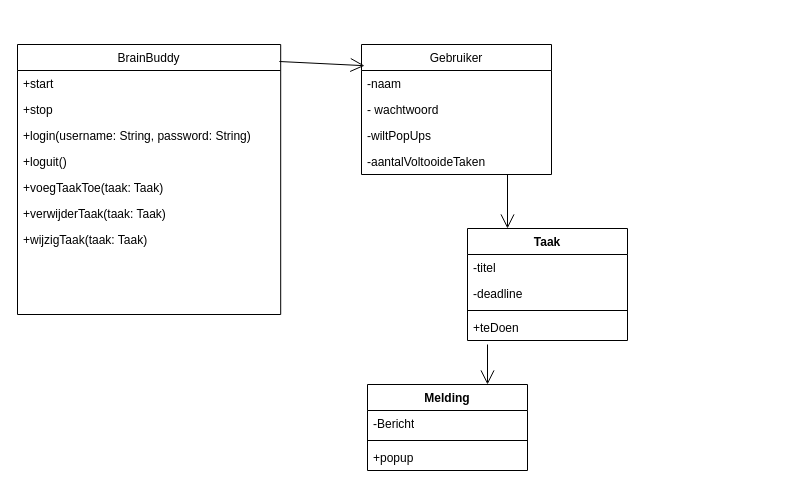
Earlier version of the draw.io diagram OPT3-2023/documentation/Untitled Diagram.drawio (jipiekaye/OPT3-2023). Source tidied: cells renumbered, new cells numbered last; positions are measured from the earlier drawing's top-left corner, leaving out a move shared by most shapes. Both pictures are drawn from the tidied source at 100%, with x=0, y=0 at pixel (17, 44).
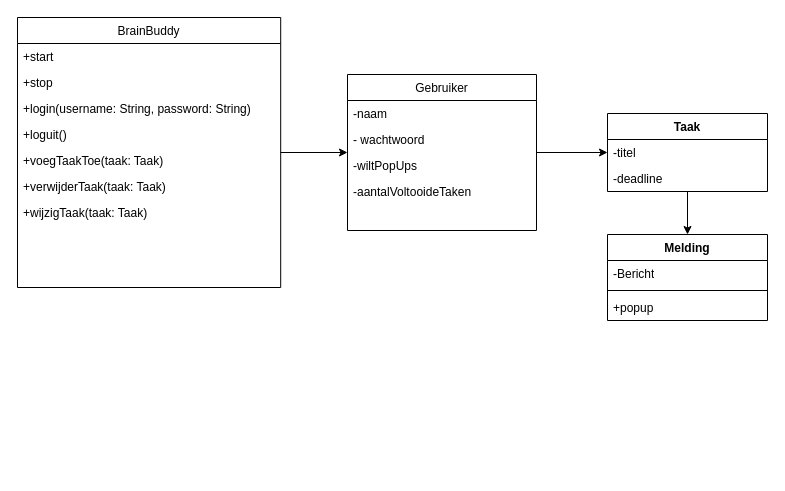
The same page after the edit.

Change to the diagram source:
```diff
@@
     <mxCell id="2" value="Gebruiker" style="swimlane;fontStyle=0;align=center;verticalAlign=top;horizontal=1;startSize=26;rounded=0;shadow=0;strokeWidth=1;" parent="1" vertex="1">
-      <mxGeometry x="344" width="190" height="130" as="geometry" />
+      <mxGeometry x="330" y="30" width="189" height="156" as="geometry" />
     </mxCell>
     <mxCell id="3" value="-naam" style="text;align=left;verticalAlign=top;spacingLeft=4;spacingRight=4;overflow=hidden;" parent="2" vertex="1">
-      <mxGeometry y="26" width="190" height="26" as="geometry" />
+      <mxGeometry y="26" width="189" height="26" as="geometry" />
     </mxCell>
     <mxCell id="4" value="- wachtwoord" style="text;align=left;verticalAlign=top;spacingLeft=4;spacingRight=4;overflow=hidden;rounded=0;shadow=0;html=0;" parent="2" vertex="1">
-      <mxGeometry y="52" width="190" height="26" as="geometry" />
+      <mxGeometry y="52" width="189" height="26" as="geometry" />
     </mxCell>
     <mxCell id="5" value="-wiltPopUps" style="text;align=left;verticalAlign=top;spacingLeft=4;spacingRight=4;overflow=hidden;rounded=0;shadow=0;html=0;" parent="2" vertex="1">
-      <mxGeometry y="78" width="190" height="26" as="geometry" />
+      <mxGeometry y="78" width="189" height="26" as="geometry" />
     </mxCell>
     <mxCell id="6" value="-aantalVoltooideTaken" style="text;align=left;verticalAlign=top;spacingLeft=4;spacingRight=4;overflow=hidden;rounded=0;shadow=0;html=0;" parent="2" vertex="1">
-      <mxGeometry y="104" width="190" height="26" as="geometry" />
+      <mxGeometry y="104" width="189" height="26" as="geometry" />
     </mxCell>
+    <mxCell id="29" style="text;align=left;verticalAlign=top;spacingLeft=4;spacingRight=4;overflow=hidden;rounded=0;shadow=0;html=0;" parent="2" vertex="1">
+      <mxGeometry y="130" width="189" height="26" as="geometry" />
+    </mxCell>
     <mxCell id="7" value="Taak" style="swimlane;fontStyle=1;align=center;verticalAlign=top;horizontal=1;startSize=26;whiteSpace=wrap;html=1;" parent="1" vertex="1">
-      <mxGeometry x="450" y="184" width="160" height="112" as="geometry" />
+      <mxGeometry x="590" y="69" width="160" height="78" as="geometry" />
     </mxCell>
@@
-    <mxCell id="10" style="line;strokeWidth=1;fillColor=none;align=left;verticalAlign=middle;spacingTop=-1;spacingLeft=3;spacingRight=3;labelPosition=right;strokeColor=inherit;" parent="7" vertex="1">
-      <mxGeometry y="78" width="160" height="8" as="geometry" />
-    </mxCell>
-    <mxCell id="11" value="+teDoen" style="text;strokeColor=none;fillColor=none;align=left;verticalAlign=top;spacingLeft=4;spacingRight=4;overflow=hidden;whiteSpace=wrap;html=1;" parent="7" vertex="1">
-      <mxGeometry y="86" width="160" height="26" as="geometry" />
-    </mxCell>
     <mxCell id="12" value="Melding" style="swimlane;fontStyle=1;align=center;verticalAlign=top;horizontal=1;startSize=26;whiteSpace=wrap;html=1;" parent="1" vertex="1">
-      <mxGeometry x="350" y="340" width="160" height="86" as="geometry" />
+      <mxGeometry x="590" y="190" width="160" height="86" as="geometry" />
     </mxCell>
@@
     <mxCell id="16" value="BrainBuddy" style="swimlane;fontStyle=0;align=center;verticalAlign=top;horizontal=1;startSize=26;rounded=0;shadow=0;strokeWidth=1;" parent="1" vertex="1">
-      <mxGeometry width="263.2" height="270" as="geometry" />
+      <mxGeometry y="-27" width="263.2" height="270" as="geometry" />
     </mxCell>
@@
-    <mxCell id="26" style="endArrow=open;endFill=1;endSize=12;html=1;rounded=0;entryX=0.75;entryY=0;entryDx=0;entryDy=0;" parent="1" edge="1" target="12">
-      <mxGeometry relative="1" as="geometry">
-        <mxPoint x="470" y="300" as="sourcePoint" />
-      </mxGeometry>
-    </mxCell>
-    <mxCell id="27" style="endArrow=open;endFill=1;endSize=12;html=1;rounded=0;entryX=0.25;entryY=0;entryDx=0;entryDy=0;" parent="1" edge="1" target="7">
-      <mxGeometry relative="1" as="geometry">
-        <mxPoint x="490" y="130" as="sourcePoint" />
-      </mxGeometry>
-    </mxCell>
-    <mxCell id="28" style="endArrow=open;endFill=1;endSize=12;html=1;rounded=0;exitX=0.995;exitY=0.063;exitDx=0;exitDy=0;entryX=0.016;entryY=0.163;entryDx=0;entryDy=0;exitPerimeter=0;entryPerimeter=0;" parent="1" edge="1" source="16" target="2">
+    <mxCell id="28" style="edgeStyle=orthogonalEdgeStyle;rounded=0;jettySize=auto;html=1;" parent="1" edge="1" source="16" target="2">
       <mxGeometry relative="1" as="geometry" />
     </mxCell>
+    <mxCell id="30" style="edgeStyle=orthogonalEdgeStyle;rounded=0;jettySize=auto;html=1;" parent="1" edge="1" source="2" target="7">
+      <mxGeometry relative="1" as="geometry" />
+    </mxCell>
+    <mxCell id="31" style="edgeStyle=orthogonalEdgeStyle;rounded=0;jettySize=auto;html=1;" parent="1" edge="1" source="7" target="12">
+      <mxGeometry relative="1" as="geometry" />
+    </mxCell>
```
